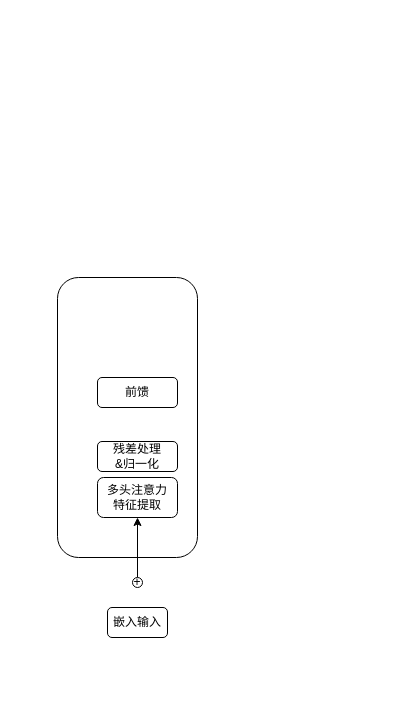
Earlier version of the draw.io diagram Transformer.drawio (LiSoulSpace/GitBook). Source tidied: cells renumbered, new cells numbered last; positions are measured from the earlier drawing's top-left corner, leaving out a move shared by most shapes. Both pictures are drawn from the tidied source at 100%, with x=0, y=0 at pixel (57, 277).
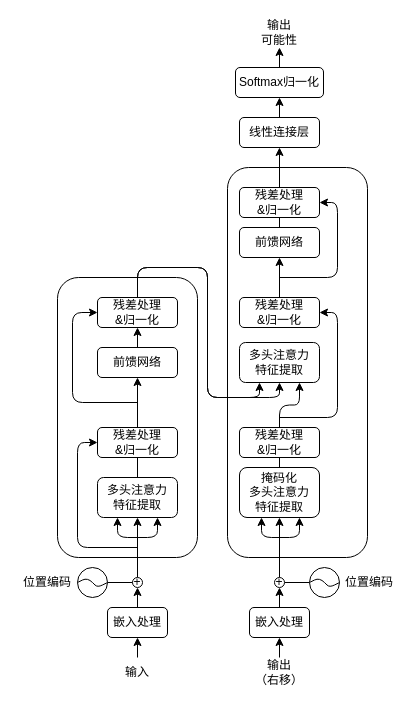
After the change.

Unchanged cells that the change refers to:
```xml
<mxCell id="3" value="多头注意力&lt;br&gt;特征提取" style="rounded=1;whiteSpace=wrap;html=1;" parent="1" vertex="1">
  <mxGeometry x="40" y="200" width="80" height="40" as="geometry" />
</mxCell>
<mxCell id="5" value="+" style="ellipse;whiteSpace=wrap;html=1;" parent="1" vertex="1">
  <mxGeometry x="75" y="300" width="10" height="10" as="geometry" />
</mxCell>
```

Change to the diagram source:
```diff
@@
+    <mxCell id="9" style="edgeStyle=orthogonalEdgeStyle;rounded=0;jettySize=auto;html=1;exitX=0.5;exitY=0;exitDx=0;exitDy=0;entryX=0.5;entryY=1;entryDx=0;entryDy=0;endArrow=none;endFill=0;" parent="1" edge="1" source="3" target="7">
+      <mxGeometry relative="1" as="geometry" />
+    </mxCell>
@@
+    <mxCell id="10" style="edgeStyle=orthogonalEdgeStyle;rounded=0;jettySize=auto;html=1;exitX=0.5;exitY=0;exitDx=0;exitDy=0;entryX=0.5;entryY=1;entryDx=0;entryDy=0;" parent="1" edge="1" source="6" target="5">
+      <mxGeometry relative="1" as="geometry" />
+    </mxCell>
-    <mxCell id="6" value="嵌入输入" style="rounded=1;whiteSpace=wrap;html=1;" parent="1" vertex="1">
+    <mxCell id="6" value="嵌入处理" style="rounded=1;whiteSpace=wrap;html=1;" parent="1" vertex="1">
       <mxGeometry x="50" y="330" width="60" height="30" as="geometry" />
     </mxCell>
+    <mxCell id="11" style="edgeStyle=orthogonalEdgeStyle;rounded=0;jettySize=auto;html=1;exitX=0.5;exitY=0;exitDx=0;exitDy=0;entryX=0.5;entryY=1;entryDx=0;entryDy=0;" parent="1" edge="1" source="7" target="8">
+      <mxGeometry relative="1" as="geometry" />
+    </mxCell>
     <mxCell id="7" value="残差处理&lt;br&gt;&amp;amp;归一化" style="rounded=1;whiteSpace=wrap;html=1;" parent="1" vertex="1">
-      <mxGeometry x="40" y="164" width="80" height="30" as="geometry" />
+      <mxGeometry x="40" y="150" width="80" height="30" as="geometry" />
     </mxCell>
+    <mxCell id="12" style="edgeStyle=orthogonalEdgeStyle;rounded=0;jettySize=auto;html=1;exitX=0.5;exitY=0;exitDx=0;exitDy=0;entryX=0.5;entryY=1;entryDx=0;entryDy=0;" parent="1" edge="1" source="8" target="27">
+      <mxGeometry relative="1" as="geometry" />
+    </mxCell>
-    <mxCell id="8" value="前馈" style="rounded=1;whiteSpace=wrap;html=1;" parent="1" vertex="1">
-      <mxGeometry x="40" y="100" width="80" height="30" as="geometry" />
+    <mxCell id="8" value="前馈网络" style="rounded=1;whiteSpace=wrap;html=1;" parent="1" vertex="1">
+      <mxGeometry x="40" y="70" width="80" height="30" as="geometry" />
     </mxCell>
+    <mxCell id="13" style="rounded=1;whiteSpace=wrap;html=1;" parent="1" vertex="1">
+      <mxGeometry x="170" y="-110" width="140" height="390" as="geometry" />
+    </mxCell>
+    <mxCell id="14" style="edgeStyle=orthogonalEdgeStyle;rounded=0;jettySize=auto;html=1;exitX=0.5;exitY=0;exitDx=0;exitDy=0;entryX=0.5;entryY=1;entryDx=0;entryDy=0;endArrow=none;endFill=0;" parent="1" edge="1" source="15" target="22">
+      <mxGeometry relative="1" as="geometry" />
+    </mxCell>
+    <mxCell id="15" value="掩码化&lt;br&gt;多头注意力&lt;br&gt;特征提取" style="rounded=1;whiteSpace=wrap;html=1;" parent="1" vertex="1">
+      <mxGeometry x="182" y="190" width="80" height="50" as="geometry" />
+    </mxCell>
+    <mxCell id="16" style="edgeStyle=orthogonalEdgeStyle;rounded=0;jettySize=auto;html=1;exitX=0.5;exitY=0;exitDx=0;exitDy=0;entryX=0.5;entryY=1;entryDx=0;entryDy=0;" parent="1" edge="1" source="18" target="15">
+      <mxGeometry relative="1" as="geometry" />
+    </mxCell>
+    <mxCell id="17" style="edgeStyle=orthogonalEdgeStyle;rounded=0;jettySize=auto;html=1;exitX=1;exitY=0.5;exitDx=0;exitDy=0;entryX=0;entryY=0.5;entryDx=0;entryDy=0;endArrow=none;endFill=0;" parent="1" edge="1" source="18" target="49">
+      <mxGeometry relative="1" as="geometry" />
+    </mxCell>
+    <mxCell id="18" value="+" style="ellipse;whiteSpace=wrap;html=1;" parent="1" vertex="1">
+      <mxGeometry x="217" y="300" width="10" height="10" as="geometry" />
+    </mxCell>
+    <mxCell id="19" style="edgeStyle=orthogonalEdgeStyle;rounded=0;jettySize=auto;html=1;exitX=0.5;exitY=0;exitDx=0;exitDy=0;entryX=0.5;entryY=1;entryDx=0;entryDy=0;" parent="1" edge="1" source="20" target="18">
+      <mxGeometry relative="1" as="geometry" />
+    </mxCell>
+    <mxCell id="20" value="嵌入处理" style="rounded=1;whiteSpace=wrap;html=1;" parent="1" vertex="1">
+      <mxGeometry x="192" y="330" width="60" height="30" as="geometry" />
+    </mxCell>
+    <mxCell id="21" style="edgeStyle=orthogonalEdgeStyle;rounded=1;jettySize=auto;html=1;exitX=0.5;exitY=0;exitDx=0;exitDy=0;entryX=0.75;entryY=1;entryDx=0;entryDy=0;" parent="1" edge="1" source="22" target="38">
+      <mxGeometry relative="1" as="geometry" />
+    </mxCell>
+    <mxCell id="22" value="残差处理&lt;br&gt;&amp;amp;归一化" style="rounded=1;whiteSpace=wrap;html=1;" parent="1" vertex="1">
+      <mxGeometry x="182" y="150" width="80" height="30" as="geometry" />
+    </mxCell>
+    <mxCell id="23" style="edgeStyle=orthogonalEdgeStyle;rounded=0;jettySize=auto;html=1;exitX=0.5;exitY=0;exitDx=0;exitDy=0;entryX=0.5;entryY=1;entryDx=0;entryDy=0;endArrow=none;endFill=0;" parent="1" edge="1" source="24" target="35">
+      <mxGeometry relative="1" as="geometry" />
+    </mxCell>
+    <mxCell id="24" value="前馈网络" style="rounded=1;whiteSpace=wrap;html=1;" parent="1" vertex="1">
+      <mxGeometry x="182" y="-50" width="80" height="30" as="geometry" />
+    </mxCell>
+    <mxCell id="25" style="endArrow=classic;html=1;rounded=1;entryX=0.75;entryY=1;entryDx=0;entryDy=0;" parent="1" edge="1" target="3">
+      <mxGeometry relative="1" as="geometry">
+        <mxPoint x="80" y="260" as="sourcePoint" />
+        <Array as="points">
+          <mxPoint x="100" y="260" />
+        </Array>
+      </mxGeometry>
+    </mxCell>
+    <mxCell id="26" style="endArrow=classic;html=1;rounded=1;entryX=0.75;entryY=1;entryDx=0;entryDy=0;" parent="1" edge="1">
+      <mxGeometry relative="1" as="geometry">
+        <mxPoint x="80" y="260" as="sourcePoint" />
+        <mxPoint x="60" y="240" as="targetPoint" />
+        <Array as="points">
+          <mxPoint x="60" y="260" />
+        </Array>
+      </mxGeometry>
+    </mxCell>
+    <mxCell id="27" value="残差处理&lt;br&gt;&amp;amp;归一化" style="rounded=1;whiteSpace=wrap;html=1;" parent="1" vertex="1">
+      <mxGeometry x="40" y="20" width="80" height="30" as="geometry" />
+    </mxCell>
+    <mxCell id="28" style="endArrow=classic;html=1;rounded=1;entryX=0;entryY=0.5;entryDx=0;entryDy=0;" parent="1" edge="1" target="7">
+      <mxGeometry relative="1" as="geometry">
+        <mxPoint x="80" y="270" as="sourcePoint" />
+        <Array as="points">
+          <mxPoint x="20" y="270" />
+          <mxPoint x="20" y="165" />
+        </Array>
+      </mxGeometry>
+    </mxCell>
+    <mxCell id="29" style="endArrow=classic;html=1;rounded=1;entryX=0;entryY=0.5;entryDx=0;entryDy=0;" parent="1" edge="1" target="27">
+      <mxGeometry relative="1" as="geometry">
+        <mxPoint x="80" y="125" as="sourcePoint" />
+        <Array as="points">
+          <mxPoint x="15" y="125" />
+          <mxPoint x="15" y="35" />
+        </Array>
+      </mxGeometry>
+    </mxCell>
+    <mxCell id="30" style="endArrow=none;html=1;rounded=0;exitX=1;exitY=0.5;exitDx=0;exitDy=0;entryX=0;entryY=0.5;entryDx=0;entryDy=0;" parent="1" edge="1" source="31" target="5">
+      <mxGeometry relative="1" as="geometry" />
+    </mxCell>
+    <mxCell id="31" style="ellipse;whiteSpace=wrap;html=1;" parent="1" vertex="1">
+      <mxGeometry x="20" y="290" width="30" height="30" as="geometry" />
+    </mxCell>
+    <mxCell id="32" style="endArrow=none;html=1;rounded=1;entryX=1;entryY=0.5;entryDx=0;entryDy=0;exitX=0;exitY=0.5;exitDx=0;exitDy=0;" parent="1" edge="1" source="31" target="31">
+      <mxGeometry relative="1" as="geometry">
+        <Array as="points">
+          <mxPoint x="30" y="300" />
+          <mxPoint x="40" y="310" />
+        </Array>
+      </mxGeometry>
+    </mxCell>
+    <mxCell id="33" value="位置编码" style="text;html=1;strokeColor=none;fillColor=none;align=center;verticalAlign=middle;whiteSpace=wrap;rounded=0;" parent="1" vertex="1">
+      <mxGeometry x="-40" y="290" width="60" height="30" as="geometry" />
+    </mxCell>
+    <mxCell id="34" style="edgeStyle=orthogonalEdgeStyle;rounded=0;jettySize=auto;html=1;exitX=0.5;exitY=0;exitDx=0;exitDy=0;entryX=0.5;entryY=1;entryDx=0;entryDy=0;" parent="1" edge="1" source="35" target="46">
+      <mxGeometry relative="1" as="geometry" />
+    </mxCell>
+    <mxCell id="35" value="残差处理&lt;br&gt;&amp;amp;归一化" style="rounded=1;whiteSpace=wrap;html=1;" parent="1" vertex="1">
+      <mxGeometry x="182" y="-90" width="80" height="30" as="geometry" />
+    </mxCell>
+    <mxCell id="36" style="endArrow=classic;html=1;rounded=1;entryX=0.75;entryY=1;entryDx=0;entryDy=0;" parent="1" edge="1">
+      <mxGeometry relative="1" as="geometry">
+        <mxPoint x="222" y="260" as="sourcePoint" />
+        <mxPoint x="242" y="240" as="targetPoint" />
+        <Array as="points">
+          <mxPoint x="242" y="260" />
+        </Array>
+      </mxGeometry>
+    </mxCell>
+    <mxCell id="37" style="endArrow=classic;html=1;rounded=1;entryX=0.75;entryY=1;entryDx=0;entryDy=0;" parent="1" edge="1">
+      <mxGeometry relative="1" as="geometry">
+        <mxPoint x="227" y="260" as="sourcePoint" />
+        <mxPoint x="204" y="240" as="targetPoint" />
+        <Array as="points">
+          <mxPoint x="204" y="260" />
+        </Array>
+      </mxGeometry>
+    </mxCell>
+    <mxCell id="38" value="多头注意力&lt;br&gt;特征提取" style="rounded=1;whiteSpace=wrap;html=1;" parent="1" vertex="1">
+      <mxGeometry x="182" y="65" width="80" height="40" as="geometry" />
+    </mxCell>
+    <mxCell id="39" style="edgeStyle=orthogonalEdgeStyle;rounded=0;jettySize=auto;html=1;exitX=0.5;exitY=0;exitDx=0;exitDy=0;entryX=0.5;entryY=1;entryDx=0;entryDy=0;" parent="1" edge="1" source="40" target="24">
+      <mxGeometry relative="1" as="geometry" />
+    </mxCell>
+    <mxCell id="40" value="残差处理&lt;br&gt;&amp;amp;归一化" style="rounded=1;whiteSpace=wrap;html=1;" parent="1" vertex="1">
+      <mxGeometry x="182" y="20" width="80" height="30" as="geometry" />
+    </mxCell>
+    <mxCell id="41" style="endArrow=classic;html=1;rounded=1;exitX=0.5;exitY=0;exitDx=0;exitDy=0;entryX=0.5;entryY=1;entryDx=0;entryDy=0;" parent="1" edge="1" source="27" target="38">
+      <mxGeometry relative="1" as="geometry">
+        <Array as="points">
+          <mxPoint x="80" y="-10" />
+          <mxPoint x="150" y="-10" />
+          <mxPoint x="150" y="120" />
+          <mxPoint x="222" y="120" />
+        </Array>
+      </mxGeometry>
+    </mxCell>
+    <mxCell id="42" style="endArrow=classic;html=1;rounded=1;exitX=0.5;exitY=0;exitDx=0;exitDy=0;entryX=0.25;entryY=1;entryDx=0;entryDy=0;" parent="1" edge="1" source="27" target="38">
+      <mxGeometry relative="1" as="geometry">
+        <Array as="points">
+          <mxPoint x="80" y="-10" />
+          <mxPoint x="150" y="-10" />
+          <mxPoint x="150" y="120" />
+          <mxPoint x="202" y="120" />
+        </Array>
+      </mxGeometry>
+    </mxCell>
+    <mxCell id="43" style="endArrow=classic;html=1;rounded=1;entryX=1;entryY=0.5;entryDx=0;entryDy=0;" parent="1" edge="1" target="40">
+      <mxGeometry relative="1" as="geometry">
+        <mxPoint x="222" y="140" as="sourcePoint" />
+        <Array as="points">
+          <mxPoint x="280" y="140" />
+          <mxPoint x="280" y="35" />
+        </Array>
+      </mxGeometry>
+    </mxCell>
+    <mxCell id="44" style="endArrow=classic;html=1;rounded=1;entryX=1;entryY=0.5;entryDx=0;entryDy=0;" parent="1" edge="1" target="35">
+      <mxGeometry relative="1" as="geometry">
+        <mxPoint x="222" as="sourcePoint" />
+        <Array as="points">
+          <mxPoint x="280" />
+          <mxPoint x="280" y="-75" />
+        </Array>
+      </mxGeometry>
+    </mxCell>
+    <mxCell id="45" style="edgeStyle=orthogonalEdgeStyle;rounded=0;jettySize=auto;html=1;exitX=0.5;exitY=0;exitDx=0;exitDy=0;entryX=0.5;entryY=1;entryDx=0;entryDy=0;" parent="1" edge="1" source="46" target="48">
+      <mxGeometry relative="1" as="geometry" />
+    </mxCell>
+    <mxCell id="46" value="线性连接层" style="rounded=1;whiteSpace=wrap;html=1;" parent="1" vertex="1">
+      <mxGeometry x="182" y="-160" width="80" height="30" as="geometry" />
+    </mxCell>
+    <mxCell id="47" style="edgeStyle=orthogonalEdgeStyle;rounded=0;jettySize=auto;html=1;exitX=0.5;exitY=0;exitDx=0;exitDy=0;entryX=0.5;entryY=1;entryDx=0;entryDy=0;" parent="1" edge="1" source="48" target="56">
+      <mxGeometry relative="1" as="geometry" />
+    </mxCell>
+    <mxCell id="48" value="Softmax归一化" style="rounded=1;whiteSpace=wrap;html=1;" parent="1" vertex="1">
+      <mxGeometry x="178" y="-210" width="88" height="30" as="geometry" />
+    </mxCell>
+    <mxCell id="49" style="ellipse;whiteSpace=wrap;html=1;" parent="1" vertex="1">
+      <mxGeometry x="252" y="290" width="30" height="30" as="geometry" />
+    </mxCell>
+    <mxCell id="50" style="endArrow=none;html=1;rounded=1;entryX=1;entryY=0.5;entryDx=0;entryDy=0;exitX=0;exitY=0.5;exitDx=0;exitDy=0;" parent="1" edge="1">
+      <mxGeometry relative="1" as="geometry">
+        <mxPoint x="252" y="305" as="sourcePoint" />
+        <mxPoint x="282" y="305" as="targetPoint" />
+        <Array as="points">
+          <mxPoint x="262" y="300" />
+          <mxPoint x="272" y="310" />
+        </Array>
+      </mxGeometry>
+    </mxCell>
+    <mxCell id="51" value="位置编码" style="text;html=1;strokeColor=none;fillColor=none;align=center;verticalAlign=middle;whiteSpace=wrap;rounded=0;" parent="1" vertex="1">
+      <mxGeometry x="282" y="290" width="60" height="30" as="geometry" />
+    </mxCell>
+    <mxCell id="52" style="edgeStyle=orthogonalEdgeStyle;rounded=0;jettySize=auto;html=1;exitX=0.5;exitY=0;exitDx=0;exitDy=0;entryX=0.5;entryY=1;entryDx=0;entryDy=0;" parent="1" edge="1" source="53" target="6">
+      <mxGeometry relative="1" as="geometry" />
+    </mxCell>
+    <mxCell id="53" value="输入" style="text;html=1;strokeColor=none;fillColor=none;align=center;verticalAlign=middle;whiteSpace=wrap;rounded=0;" parent="1" vertex="1">
+      <mxGeometry x="50" y="380" width="60" height="30" as="geometry" />
+    </mxCell>
+    <mxCell id="54" style="edgeStyle=orthogonalEdgeStyle;rounded=0;jettySize=auto;html=1;exitX=0.5;exitY=0;exitDx=0;exitDy=0;entryX=0.5;entryY=1;entryDx=0;entryDy=0;" parent="1" edge="1" source="55" target="20">
+      <mxGeometry relative="1" as="geometry" />
+    </mxCell>
+    <mxCell id="55" value="输出&lt;br&gt;（右移）" style="text;html=1;strokeColor=none;fillColor=none;align=center;verticalAlign=middle;whiteSpace=wrap;rounded=0;" parent="1" vertex="1">
+      <mxGeometry x="192" y="380" width="60" height="30" as="geometry" />
+    </mxCell>
+    <mxCell id="56" value="输出&lt;br&gt;可能性" style="text;html=1;strokeColor=none;fillColor=none;align=center;verticalAlign=middle;whiteSpace=wrap;rounded=0;" parent="1" vertex="1">
+      <mxGeometry x="192" y="-260" width="60" height="30" as="geometry" />
+    </mxCell>
```
